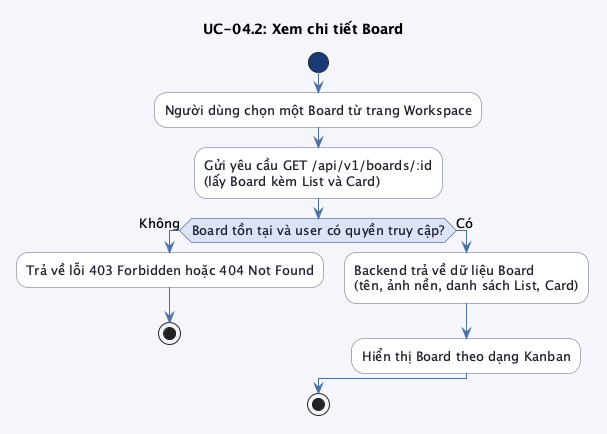
This is src/images/chap3/activity_uc04_2.png from trongnhan34vn/trello-report, a PlantUML export, as it was before one commit. Source of this version:
```plantuml
@startuml activity_uc04_2

skinparam linetype ortho
skinparam defaultFontSize 13
skinparam backgroundColor #f4f6fb
skinparam activity {
    BackgroundColor #ffffff
    BorderColor #5b6279
    FontColor #1e1e2e
    ArrowColor #4a6fa5
    DiamondBackgroundColor #dce3f5
    DiamondBorderColor #1a3a7a
    DiamondFontColor #1e1e2e
    StartColor #1a3a7a
    EndColor #1a3a7a
}

title UC-04.2: Xem chi tiết Board

start

:Người dùng chọn một Board từ trang Workspace;
:Gửi yêu cầu GET /api/v1/boards/:id\n(lấy Board kèm List và Card);

if (Board tồn tại và user có quyền truy cập?) then (Không)
    :Trả về lỗi 403 Forbidden hoặc 404 Not Found;
    stop
else (Có)
    :Backend trả về dữ liệu Board\n(tên, ảnh nền, danh sách List, Card);
    :Hiển thị Board theo dạng Kanban;
endif

stop

@enduml
```
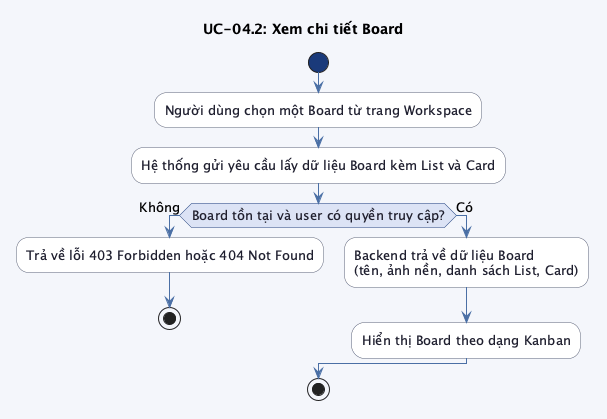
Later version of the same file.

The edit, as a diff of the source:
```diff
@@ -20,7 +20,7 @@
 start
 
 :Người dùng chọn một Board từ trang Workspace;
-:Gửi yêu cầu GET /api/v1/boards/:id\n(lấy Board kèm List và Card);
+:Hệ thống gửi yêu cầu lấy dữ liệu Board kèm List và Card;
 
 if (Board tồn tại và user có quyền truy cập?) then (Không)
     :Trả về lỗi 403 Forbidden hoặc 404 Not Found;
```
